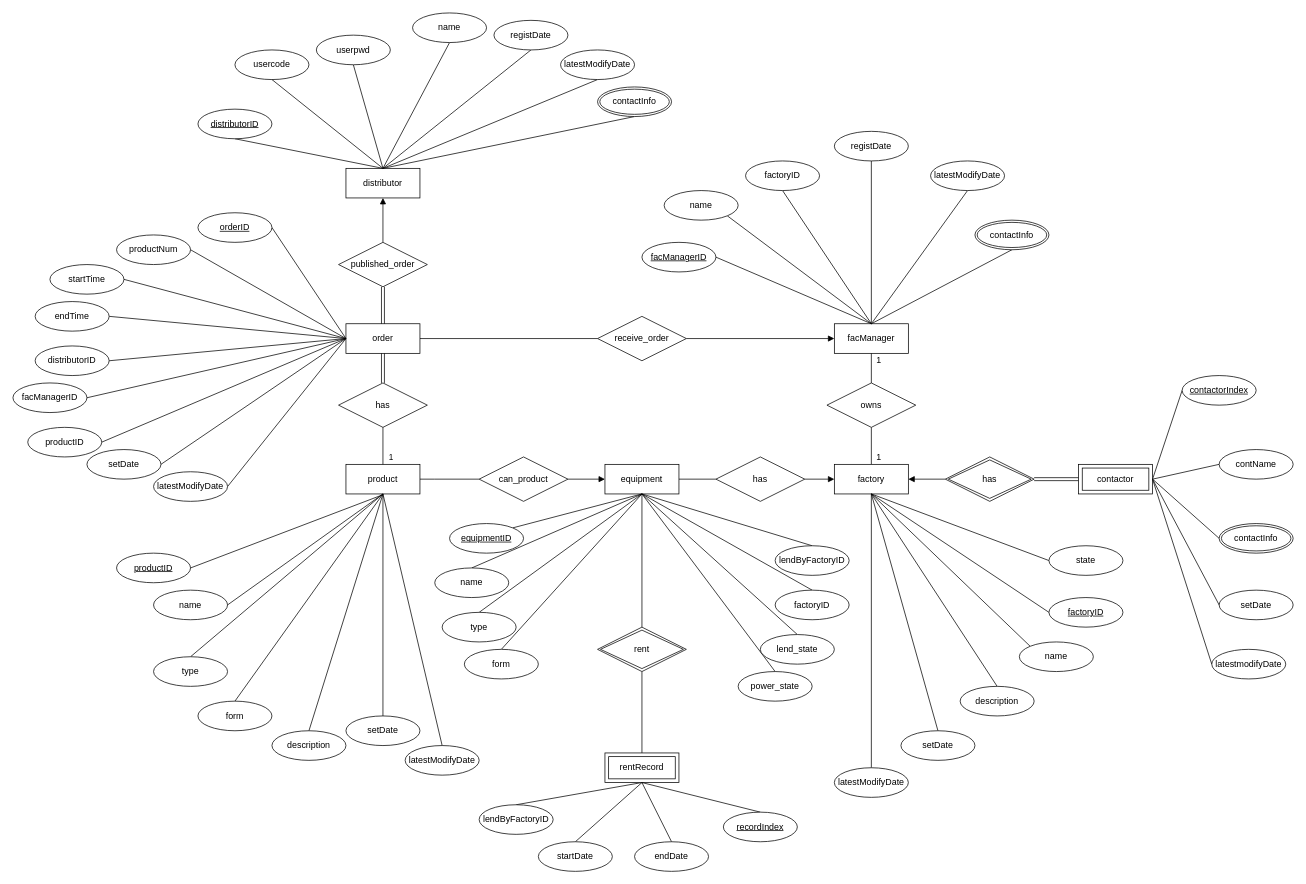
Above: Untitled Diagram.drawio in WZYtrick/ERD (draw.io), before the change. Source tidied: cells renumbered, new cells numbered last; positions are measured from the earlier drawing's top-left corner, leaving out a move shared by most shapes. Both pictures are drawn from the tidied source at 74%, with x=0, y=0 at pixel (13, 13).
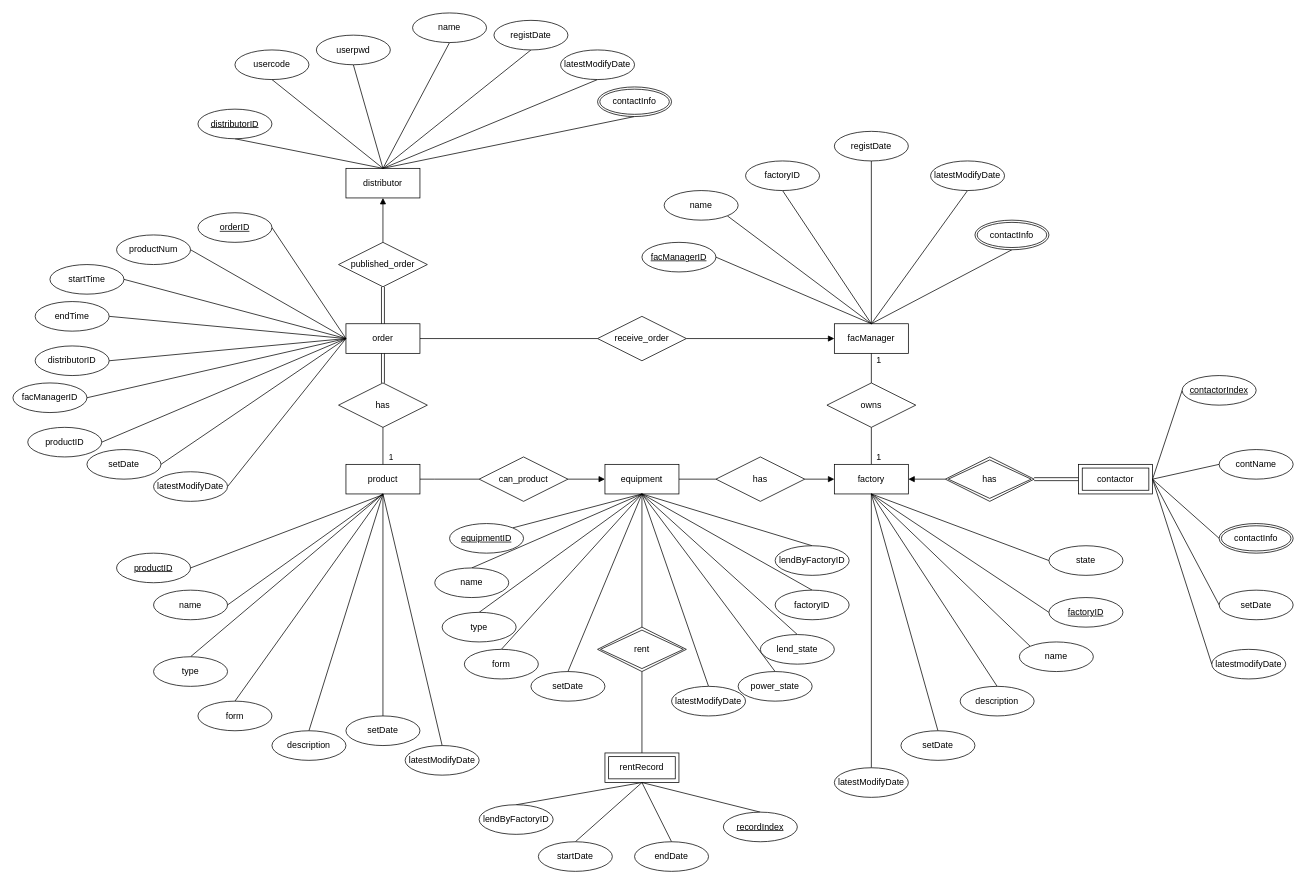
The same diagram, later.

Change to the diagram source:
```diff
@@
+    <mxCell id="141" style="edgeStyle=none;rounded=0;jettySize=auto;html=1;exitX=0.5;exitY=0;exitDx=0;exitDy=0;endArrow=none;endFill=0;" parent="1" edge="1" source="142">
+      <mxGeometry relative="1" as="geometry">
+        <mxPoint x="850" y="650" as="targetPoint" />
+      </mxGeometry>
+    </mxCell>
+    <mxCell id="142" value="setDate" style="ellipse;whiteSpace=wrap;html=1;align=center;" parent="1" vertex="1">
+      <mxGeometry x="700" y="890" width="100" height="40" as="geometry" />
+    </mxCell>
+    <mxCell id="143" style="rounded=0;jettySize=auto;html=1;exitX=0.5;exitY=0;exitDx=0;exitDy=0;endArrow=none;endFill=0;" parent="1" edge="1" source="144">
+      <mxGeometry relative="1" as="geometry">
+        <mxPoint x="850" y="650" as="targetPoint" />
+      </mxGeometry>
+    </mxCell>
+    <mxCell id="144" value="latestModifyDate" style="ellipse;whiteSpace=wrap;html=1;align=center;" parent="1" vertex="1">
+      <mxGeometry x="890" y="910" width="100" height="40" as="geometry" />
+    </mxCell>
```
